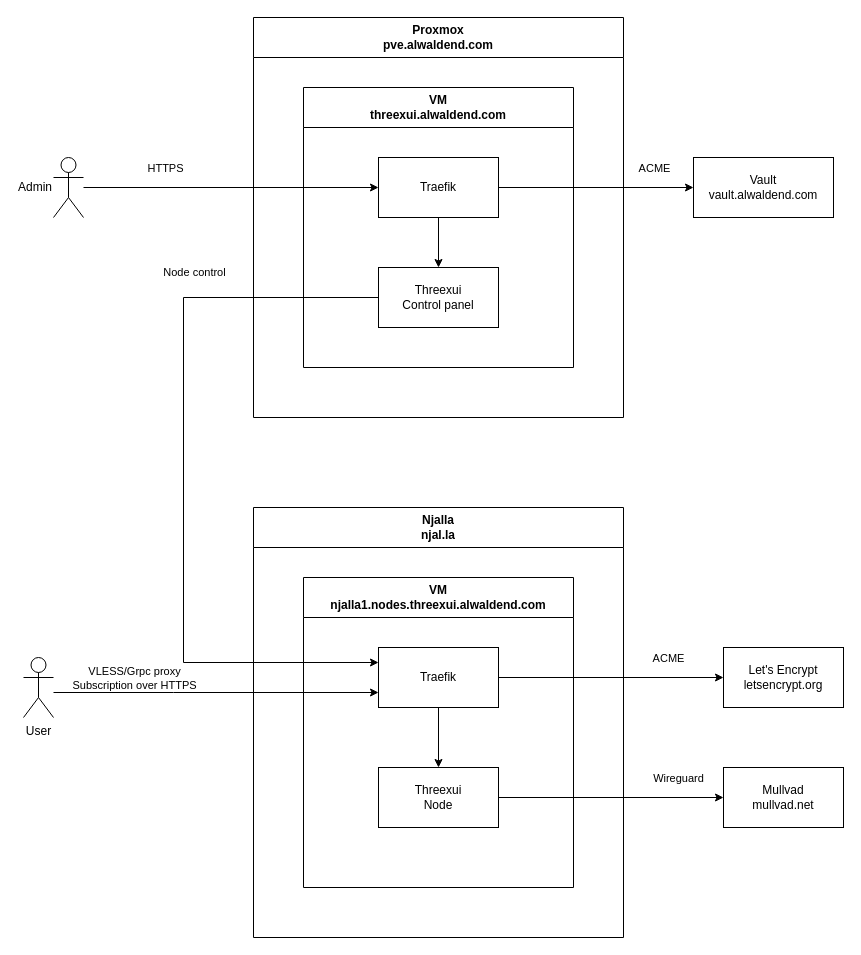
The draw.io diagram page "Threexui" (8 of 11) of infra/arch/arch.drawio in alwaldend/src, before the edit. Source tidied: cells renumbered, new cells numbered last; positions are measured from the earlier drawing's top-left corner, leaving out a move shared by most shapes. Both pictures are drawn from the tidied source at 100%, with x=0, y=0 at pixel (23, 17).
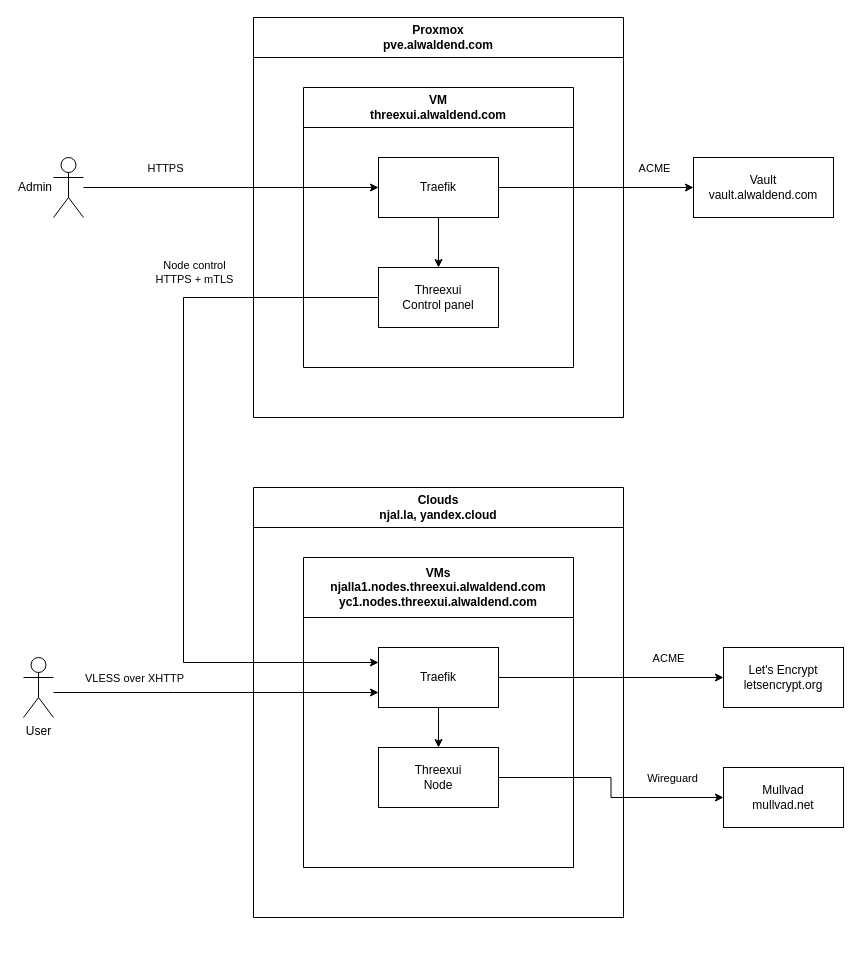
Above is the later version.

The change refers to these unchanged cells:
```xml
<mxCell id="15" style="edgeStyle=orthogonalEdgeStyle;rounded=0;jettySize=auto;html=1;entryX=0;entryY=0.75;entryDx=0;entryDy=0;" parent="1" edge="1" source="17" target="13">
  <mxGeometry relative="1" as="geometry">
    <Array as="points">
      <mxPoint x="150" y="675" />
      <mxPoint x="150" y="675" />
    </Array>
  </mxGeometry>
</mxCell>
<mxCell id="27" style="edgeStyle=orthogonalEdgeStyle;rounded=0;jettySize=auto;html=1;entryX=0;entryY=0.25;entryDx=0;entryDy=0;exitX=0;exitY=0.5;exitDx=0;exitDy=0;" parent="1" edge="1" source="9" target="13">
  <mxGeometry relative="1" as="geometry">
    <Array as="points">
      <mxPoint x="160" y="280" />
      <mxPoint x="160" y="645" />
    </Array>
  </mxGeometry>
</mxCell>
```

What changed in the source:
```diff
@@
-    <mxCell id="10" value="Njalla&lt;div&gt;njal.la&lt;/div&gt;" style="swimlane;whiteSpace=wrap;html=1;startSize=40;" parent="1" vertex="1">
-      <mxGeometry x="230" y="490" width="370" height="430" as="geometry" />
+    <mxCell id="10" value="Clouds&lt;br&gt;&lt;div&gt;njal.la, yandex.cloud&lt;/div&gt;" style="swimlane;whiteSpace=wrap;html=1;startSize=40;" parent="1" vertex="1">
+      <mxGeometry x="230" y="470" width="370" height="430" as="geometry" />
     </mxCell>
-    <mxCell id="11" value="VM&lt;br&gt;njalla1.nodes.threexui.alwaldend.com" style="swimlane;whiteSpace=wrap;html=1;startSize=40;" parent="10" vertex="1">
+    <mxCell id="11" value="VMs&lt;br&gt;njalla1.nodes.threexui.alwaldend.com&lt;br&gt;yc1.nodes.threexui.alwaldend.com" style="swimlane;whiteSpace=wrap;html=1;startSize=60;" parent="10" vertex="1">
       <mxGeometry x="50" y="70" width="270" height="310" as="geometry" />
     </mxCell>
@@
     <mxCell id="13" value="Traefik" style="rounded=0;whiteSpace=wrap;html=1;" parent="11" vertex="1">
-      <mxGeometry x="75" y="70" width="120" height="60" as="geometry" />
+      <mxGeometry x="75" y="90" width="120" height="60" as="geometry" />
     </mxCell>
@@
-    <mxCell id="16" value="VLESS/Grpc proxy&lt;br&gt;Subscription over HTTPS" style="edgeLabel;html=1;align=center;verticalAlign=middle;" parent="15" vertex="1">
+    <mxCell id="16" value="VLESS over XHTTP" style="edgeLabel;html=1;align=center;verticalAlign=middle;" parent="15" vertex="1">
       <mxGeometry x="-0.17" y="3" relative="1" as="geometry">
         <mxPoint x="-55" y="-12" as="offset" />
       </mxGeometry>
     </mxCell>
@@
-    <mxCell id="28" value="Node control" style="edgeLabel;html=1;align=center;verticalAlign=middle;" parent="27" vertex="1">
+    <mxCell id="28" value="Node control&lt;br&gt;HTTPS + mTLS" style="edgeLabel;html=1;align=center;verticalAlign=middle;" parent="27" vertex="1">
       <mxGeometry x="-0.22" relative="1" as="geometry">
         <mxPoint x="10" y="-125" as="offset" />
       </mxGeometry>
     </mxCell>
```
